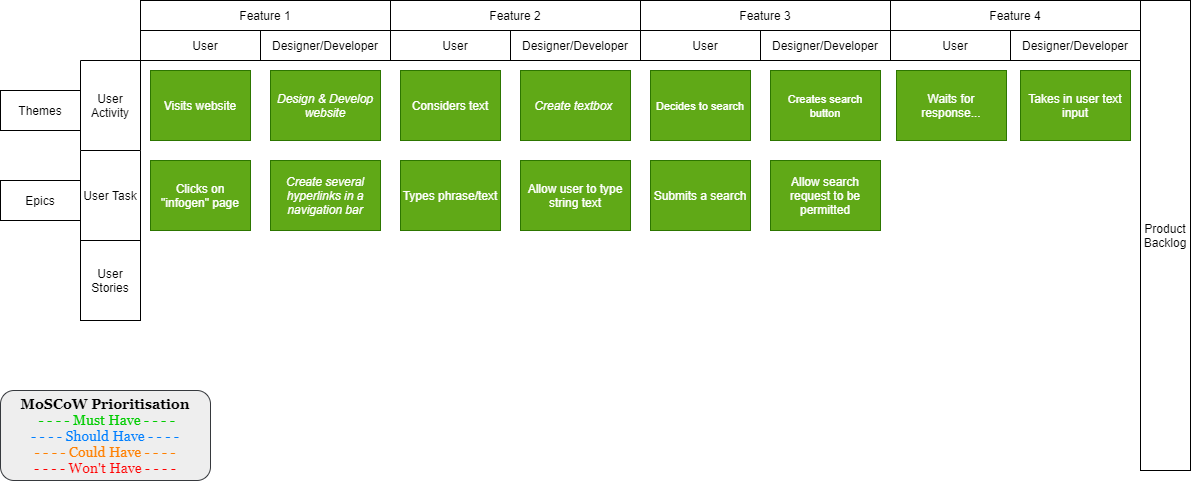
Above: Documentation/Design/GIFT-User-Story-Mappings.png in John8790909/Generating-Infographics-from-Text (draw.io), before the change. Source tidied: cells renumbered, new cells last; positions are measured from the earlier drawing's top-left corner, leaving out a move shared by most shapes.
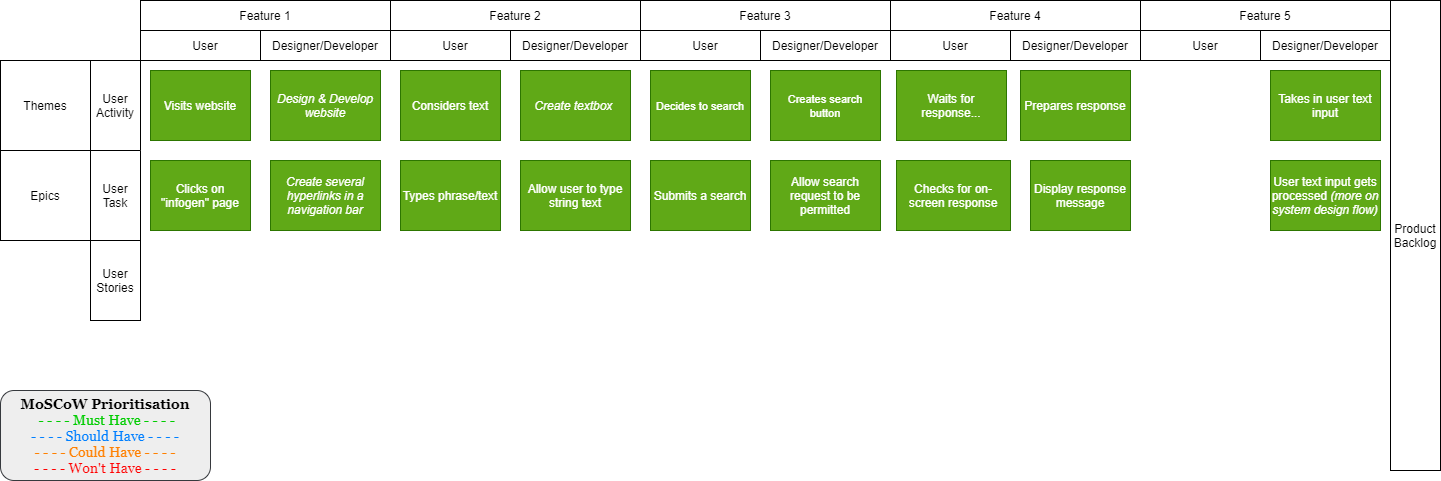
Later version of the same file.

The edit, as a diff of the source:
```diff
@@ -3,10 +3,10 @@
     <mxCell id="0" />
     <mxCell id="1" parent="0" />
     <mxCell id="2" value="User Activity" style="rounded=0;whiteSpace=wrap;html=1;direction=south;" parent="1" vertex="1">
-      <mxGeometry x="80" y="60" width="60" height="90" as="geometry" />
+      <mxGeometry x="90" y="60" width="50" height="90" as="geometry" />
     </mxCell>
     <mxCell id="3" value="User Task" style="rounded=0;whiteSpace=wrap;html=1;direction=south;" parent="1" vertex="1">
-      <mxGeometry x="80" y="150" width="60" height="90" as="geometry" />
+      <mxGeometry x="90" y="150" width="50" height="90" as="geometry" />
     </mxCell>
     <mxCell id="4" value="Feature 1" style="rounded=0;whiteSpace=wrap;html=1;" parent="1" vertex="1">
       <mxGeometry x="140" width="250" height="30" as="geometry" />
@@ -39,16 +39,16 @@
       <mxGeometry x="260" y="30" width="130" height="30" as="geometry" />
     </mxCell>
     <mxCell id="14" value="Themes" style="rounded=0;whiteSpace=wrap;html=1;" parent="1" vertex="1">
-      <mxGeometry y="90" width="80" height="40" as="geometry" />
+      <mxGeometry y="60" width="90" height="90" as="geometry" />
     </mxCell>
     <mxCell id="15" value="Epics" style="rounded=0;whiteSpace=wrap;html=1;" parent="1" vertex="1">
-      <mxGeometry y="180" width="80" height="40" as="geometry" />
+      <mxGeometry y="150" width="90" height="90" as="geometry" />
     </mxCell>
     <mxCell id="16" value="Product Backlog" style="rounded=0;whiteSpace=wrap;html=1;" parent="1" vertex="1">
-      <mxGeometry x="1140" width="50" height="470" as="geometry" />
+      <mxGeometry x="1390" width="50" height="470" as="geometry" />
     </mxCell>
     <mxCell id="17" value="User Stories" style="rounded=0;whiteSpace=wrap;html=1;" parent="1" vertex="1">
-      <mxGeometry x="80" y="240" width="60" height="80" as="geometry" />
+      <mxGeometry x="90" y="240" width="50" height="80" as="geometry" />
     </mxCell>
     <mxCell id="18" value="User" style="rounded=0;whiteSpace=wrap;html=1;" parent="1" vertex="1">
       <mxGeometry x="390" y="30" width="130" height="30" as="geometry" />
@@ -99,7 +99,28 @@
       <mxGeometry x="1010" y="30" width="130" height="30" as="geometry" />
     </mxCell>
     <mxCell id="34" value="Takes in user text input" style="rounded=0;whiteSpace=wrap;labelBackgroundColor=none;fillColor=#60a917;strokeColor=#2D7600;fontColor=#ffffff;" parent="1" vertex="1">
-      <mxGeometry x="1020" y="70" width="110" height="70" as="geometry" />
+      <mxGeometry x="1270" y="70" width="110" height="70" as="geometry" />
     </mxCell>
+    <mxCell id="35" value="&lt;font&gt;Checks for on-screen response&lt;/font&gt;" style="rounded=0;whiteSpace=wrap;html=1;fillColor=#60a917;strokeColor=#2D7600;fontColor=#FFFFFF;" parent="1" vertex="1">
+      <mxGeometry x="896" y="160" width="114" height="70" as="geometry" />
+    </mxCell>
+    <mxCell id="36" value="&lt;span style=&quot;font-family: &amp;#34;helvetica&amp;#34;&quot;&gt;User text input gets processed&amp;nbsp;&lt;/span&gt;&lt;i style=&quot;font-family: &amp;#34;helvetica&amp;#34;&quot;&gt;(more on system design flow)&lt;/i&gt;" style="rounded=0;whiteSpace=wrap;html=1;labelBackgroundColor=none;fontColor=#ffffff;fillColor=#60a917;strokeColor=#2D7600;" parent="1" vertex="1">
+      <mxGeometry x="1270" y="160" width="110" height="70" as="geometry" />
+    </mxCell>
+    <mxCell id="37" value="Feature 5" style="rounded=0;whiteSpace=wrap;html=1;" parent="1" vertex="1">
+      <mxGeometry x="1140" width="250" height="30" as="geometry" />
+    </mxCell>
+    <mxCell id="38" value="User" style="rounded=0;whiteSpace=wrap;html=1;" parent="1" vertex="1">
+      <mxGeometry x="1140" y="30" width="130" height="30" as="geometry" />
+    </mxCell>
+    <mxCell id="39" value="Designer/Developer" style="rounded=0;whiteSpace=wrap;html=1;" parent="1" vertex="1">
+      <mxGeometry x="1260" y="30" width="130" height="30" as="geometry" />
+    </mxCell>
+    <mxCell id="40" value="Prepares response" style="rounded=0;whiteSpace=wrap;html=1;labelBackgroundColor=none;fontColor=#ffffff;fillColor=#60a917;strokeColor=#2D7600;" parent="1" vertex="1">
+      <mxGeometry x="1020" y="70" width="110" height="70" as="geometry" />
+    </mxCell>
+    <mxCell id="41" value="Display response message" style="rounded=0;whiteSpace=wrap;html=1;labelBackgroundColor=none;fontColor=#ffffff;fillColor=#60a917;strokeColor=#2D7600;" parent="1" vertex="1">
+      <mxGeometry x="1030" y="160" width="100" height="70" as="geometry" />
+    </mxCell>
   </root>
 </mxGraphModel>
```
